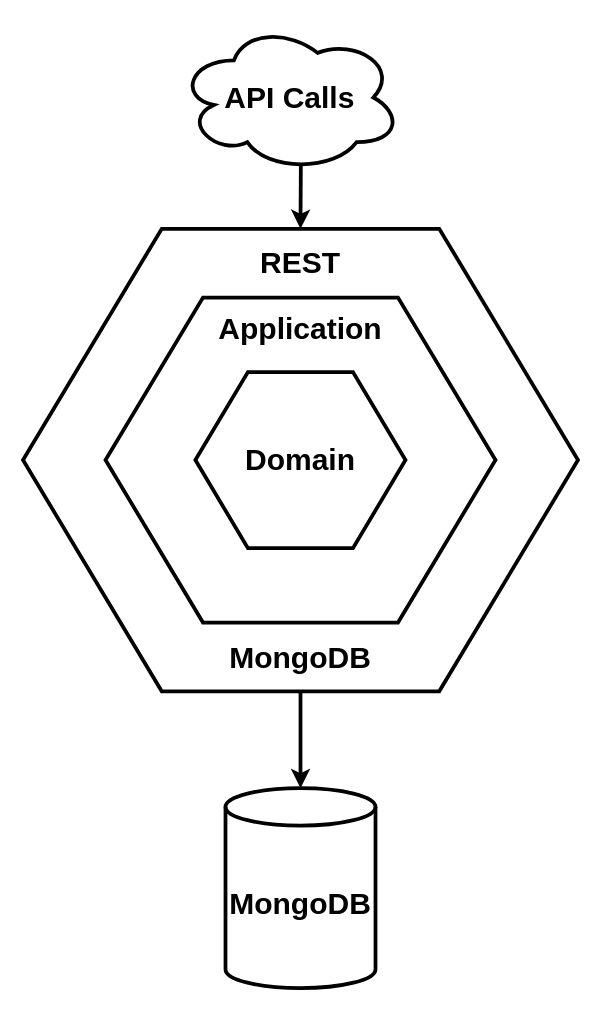
seinol/capwatch-documentation keeps this draw.io diagram as diagrams/system-overview.drawio. Above is the earlier version. Source tidied: cells renumbered, new cells numbered last; positions are measured from the earlier drawing's top-left corner, leaving out a move shared by most shapes. Both pictures are drawn from the tidied source at 125%, with x=0, y=0 at pixel (22, 22).
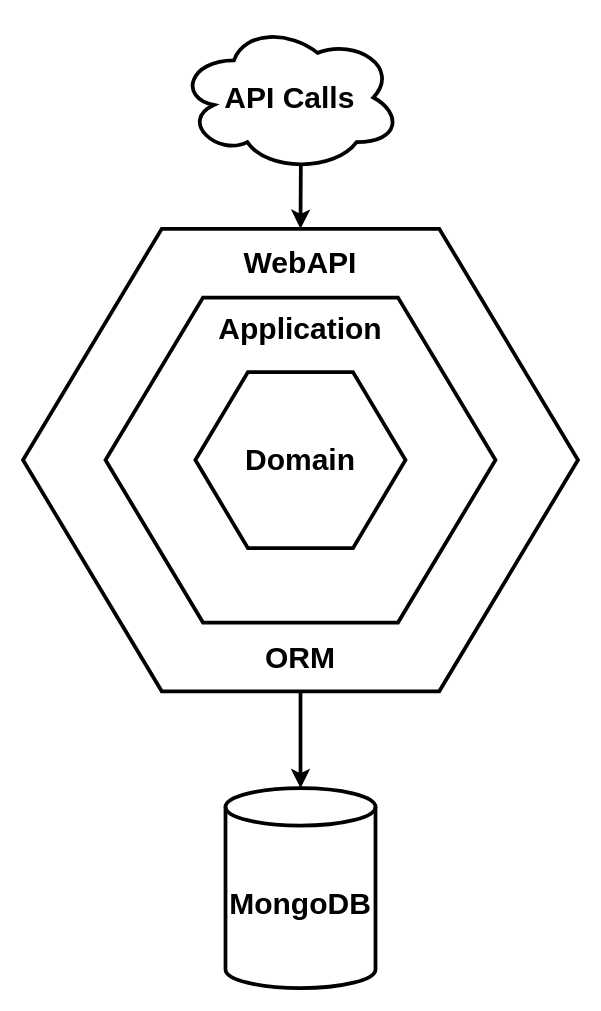
After the change.

Change to the diagram source:
```diff
@@
 <mxGraphModel background="#ffffff">
   <root>
     <mxCell id="0" />
     <mxCell id="1" parent="0" />
-    <mxCell id="2" value="&lt;font style=&quot;font-size: 24px&quot; color=&quot;#000000&quot;&gt;&lt;b&gt;REST&lt;br&gt;&lt;br&gt;&lt;br&gt;&lt;br&gt;&lt;br&gt;&lt;br&gt;&lt;br&gt;&lt;br&gt;&lt;br&gt;&lt;br&gt;&lt;br&gt;MongoDB&lt;/b&gt;&lt;/font&gt;" style="shape=hexagon;perimeter=hexagonPerimeter2;whiteSpace=wrap;html=1;shadow=0;labelBackgroundColor=none;gradientColor=none;fontFamily=Helvetica;fontSize=23;fontColor=#23445d;align=center;strokeWidth=3;fillColor=none;labelPosition=center;verticalLabelPosition=middle;verticalAlign=middle;spacingTop=0;horizontal=1;" parent="1" vertex="1">
+    <mxCell id="2" value="&lt;font style=&quot;font-size: 24px&quot; color=&quot;#000000&quot;&gt;&lt;b&gt;WebAPI&lt;br&gt;&lt;br&gt;&lt;br&gt;&lt;br&gt;&lt;br&gt;&lt;br&gt;&lt;br&gt;&lt;br&gt;&lt;br&gt;&lt;br&gt;&lt;br&gt;ORM&lt;/b&gt;&lt;/font&gt;" style="shape=hexagon;perimeter=hexagonPerimeter2;whiteSpace=wrap;html=1;shadow=0;labelBackgroundColor=none;gradientColor=none;fontFamily=Helvetica;fontSize=23;fontColor=#23445d;align=center;strokeWidth=3;fillColor=none;labelPosition=center;verticalLabelPosition=middle;verticalAlign=middle;spacingTop=0;horizontal=1;" parent="1" vertex="1">
       <mxGeometry x="-0.1" y="164.5" width="444" height="370" as="geometry" />
     </mxCell>
     <mxCell id="3" value="&lt;font style=&quot;font-size: 30px&quot;&gt;&lt;b style=&quot;font-size: 24px&quot;&gt;&lt;font color=&quot;#000000&quot; style=&quot;font-size: 24px&quot;&gt;Application&lt;br&gt;&lt;br&gt;&lt;br&gt;&lt;br&gt;&lt;br&gt;&lt;br&gt;&lt;/font&gt;&lt;br&gt;&lt;/b&gt;&lt;/font&gt;" style="shape=hexagon;perimeter=hexagonPerimeter2;whiteSpace=wrap;html=1;shadow=0;labelBackgroundColor=none;gradientColor=none;fontFamily=Helvetica;fontSize=23;fontColor=#23445d;align=center;strokeWidth=3;fillColor=none;labelPosition=center;verticalLabelPosition=middle;verticalAlign=middle;spacingTop=0;horizontal=1;" parent="1" vertex="1">
       <mxGeometry x="65.9" y="219.5" width="312" height="260" as="geometry" />
     </mxCell>
     <mxCell id="4" value="&lt;font color=&quot;#000000&quot; size=&quot;1&quot;&gt;&lt;b style=&quot;font-size: 24px&quot;&gt;Domain&lt;/b&gt;&lt;/font&gt;" style="shape=hexagon;perimeter=hexagonPerimeter2;whiteSpace=wrap;html=1;shadow=0;labelBackgroundColor=none;gradientColor=none;fontFamily=Helvetica;fontSize=23;align=center;strokeWidth=3;fontColor=#23445D;fillColor=none;" parent="1" vertex="1">
       <mxGeometry x="137.8" y="279.1" width="168.1" height="140.9" as="geometry" />
     </mxCell>
     <mxCell id="5" value="&lt;font style=&quot;font-size: 24px&quot; color=&quot;#000000&quot;&gt;&lt;b&gt;API Calls&lt;/b&gt;&lt;/font&gt;" style="ellipse;shape=cloud;whiteSpace=wrap;html=1;fillColor=none;fontColor=#23445D;strokeWidth=3;" parent="1" vertex="1">
       <mxGeometry x="124" width="178.5" height="119" as="geometry" />
     </mxCell>
     <mxCell id="6" value="&lt;font style=&quot;font-size: 24px&quot; color=&quot;#000000&quot;&gt;&lt;b&gt;MongoDB&lt;/b&gt;&lt;/font&gt;" style="shape=cylinder3;whiteSpace=wrap;html=1;boundedLbl=1;backgroundOutline=1;size=15;fillColor=none;fontColor=#23445D;strokeWidth=3;" parent="1" vertex="1">
       <mxGeometry x="161.9" y="612" width="120" height="160" as="geometry" />
     </mxCell>
     <mxCell id="7" style="endArrow=classic;html=1;fontColor=#23445D;exitX=0.55;exitY=0.95;exitDx=0;exitDy=0;exitPerimeter=0;entryX=0.5;entryY=0;entryDx=0;entryDy=0;strokeWidth=3;" parent="1" edge="1" source="5" target="2">
       <mxGeometry relative="1" as="geometry" />
     </mxCell>
     <mxCell id="8" style="endArrow=classic;html=1;fontColor=#23445D;exitX=0.5;exitY=1;exitDx=0;exitDy=0;entryX=0.5;entryY=0;entryDx=0;entryDy=0;entryPerimeter=0;strokeWidth=3;" parent="1" edge="1" source="2" target="6">
       <mxGeometry relative="1" as="geometry" />
     </mxCell>
   </root>
 </mxGraphModel>
```
